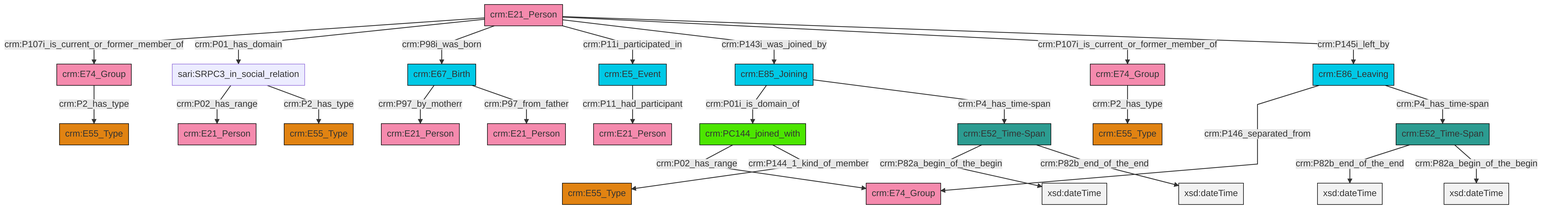
This is et/personCSV/ttl/mmd/png/Person_Actor_Relations.png from swiss-art-research-net/docs.swissartresearch, a Mermaid export, as it was before one commit. Its source is kept beside it as et/personCSV/ttl/mmd/Person_Actor_Relations.ttl.mmd.
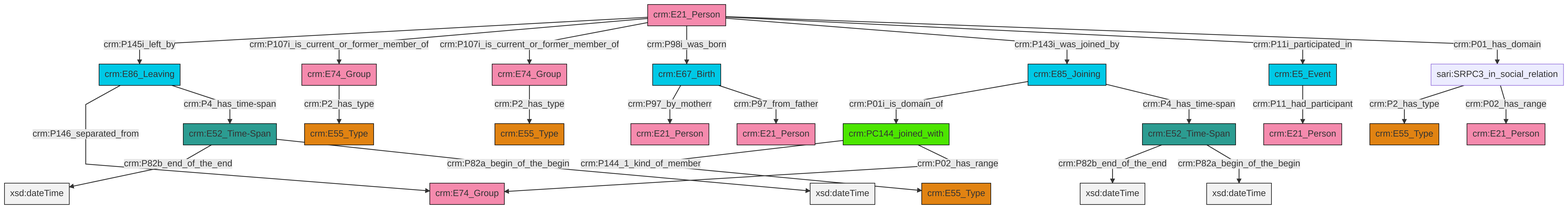
The same file after the commit.

Change to the diagram source:
```diff
@@ -13,27 +13,27 @@
 classDef PC_Classes fill:#4ce600, stroke:#000000;
 classDef Multi fill:#cccccc,stroke:#000000;
 
-0["crm:E86_Leaving"]:::Temporal_Entity -->|crm:P146_separated_from| 1["crm:E74_Group"]:::Actor
-2["crm:E52_Time-Span"]:::Time-Span -->|crm:P82a_begin_of_the_begin| 3[xsd:dateTime]:::Literal
-4["crm:E5_Event"]:::Temporal_Entity -->|crm:P11_had_participant| 5["crm:E21_Person"]:::Actor
-11["crm:PC144_joined_with"]:::PC_Classes -->|crm:P02_has_range| 1["crm:E74_Group"]:::Actor
-17["crm:E21_Person"]:::Actor -->|crm:P107i_is_current_or_former_member_of| 18["crm:E74_Group"]:::Actor
-8["sari:SRPC3_in_social_relation"]:::Default -->|crm:P02_has_range| 12["crm:E21_Person"]:::Actor
-23["crm:E67_Birth"]:::Temporal_Entity -->|crm:P97_by_motherr| 15["crm:E21_Person"]:::Actor
-17["crm:E21_Person"]:::Actor -->|crm:P01_has_domain| 8["sari:SRPC3_in_social_relation"]:::Default
-2["crm:E52_Time-Span"]:::Time-Span -->|crm:P82b_end_of_the_end| 31[xsd:dateTime]:::Literal
-21["crm:E85_Joining"]:::Temporal_Entity -->|crm:P01i_is_domain_of| 11["crm:PC144_joined_with"]:::PC_Classes
-21["crm:E85_Joining"]:::Temporal_Entity -->|crm:P4_has_time-span| 2["crm:E52_Time-Span"]:::Time-Span
-23["crm:E67_Birth"]:::Temporal_Entity -->|crm:P97_from_father| 24["crm:E21_Person"]:::Actor
-17["crm:E21_Person"]:::Actor -->|crm:P98i_was_born| 23["crm:E67_Birth"]:::Temporal_Entity
-17["crm:E21_Person"]:::Actor -->|crm:P11i_participated_in| 4["crm:E5_Event"]:::Temporal_Entity
-18["crm:E74_Group"]:::Actor -->|crm:P2_has_type| 19["crm:E55_Type"]:::Type
-0["crm:E86_Leaving"]:::Temporal_Entity -->|crm:P4_has_time-span| 34["crm:E52_Time-Span"]:::Time-Span
-17["crm:E21_Person"]:::Actor -->|crm:P143i_was_joined_by| 21["crm:E85_Joining"]:::Temporal_Entity
-17["crm:E21_Person"]:::Actor -->|crm:P107i_is_current_or_former_member_of| 37["crm:E74_Group"]:::Actor
-8["sari:SRPC3_in_social_relation"]:::Default -->|crm:P2_has_type| 6["crm:E55_Type"]:::Type
-37["crm:E74_Group"]:::Actor -->|crm:P2_has_type| 29["crm:E55_Type"]:::Type
-11["crm:PC144_joined_with"]:::PC_Classes -->|crm:P144_1_kind_of_member| 41["crm:E55_Type"]:::Type
-34["crm:E52_Time-Span"]:::Time-Span -->|crm:P82b_end_of_the_end| 42[xsd:dateTime]:::Literal
-34["crm:E52_Time-Span"]:::Time-Span -->|crm:P82a_begin_of_the_begin| 43[xsd:dateTime]:::Literal
-17["crm:E21_Person"]:::Actor -->|crm:P145i_left_by| 0["crm:E86_Leaving"]:::Temporal_Entity
+0["crm:E5_Event"]:::Temporal_Entity -->|crm:P11_had_participant| 1["crm:E21_Person"]:::Actor
+4["crm:E86_Leaving"]:::Temporal_Entity -->|crm:P146_separated_from| 5["crm:E74_Group"]:::Actor
+14["crm:E21_Person"]:::Actor -->|crm:P145i_left_by| 4["crm:E86_Leaving"]:::Temporal_Entity
+8["crm:E52_Time-Span"]:::Time-Span -->|crm:P82b_end_of_the_end| 15[xsd:dateTime]:::Literal
+18["crm:PC144_joined_with"]:::PC_Classes -->|crm:P144_1_kind_of_member| 19["crm:E55_Type"]:::Type
+24["crm:E74_Group"]:::Actor -->|crm:P2_has_type| 16["crm:E55_Type"]:::Type
+22["crm:E85_Joining"]:::Temporal_Entity -->|crm:P01i_is_domain_of| 18["crm:PC144_joined_with"]:::PC_Classes
+14["crm:E21_Person"]:::Actor -->|crm:P107i_is_current_or_former_member_of| 2["crm:E74_Group"]:::Actor
+6["sari:SRPC3_in_social_relation"]:::Default -->|crm:P2_has_type| 30["crm:E55_Type"]:::Type
+4["crm:E86_Leaving"]:::Temporal_Entity -->|crm:P4_has_time-span| 26["crm:E52_Time-Span"]:::Time-Span
+28["crm:E67_Birth"]:::Temporal_Entity -->|crm:P97_by_motherr| 10["crm:E21_Person"]:::Actor
+26["crm:E52_Time-Span"]:::Time-Span -->|crm:P82b_end_of_the_end| 31[xsd:dateTime]:::Literal
+8["crm:E52_Time-Span"]:::Time-Span -->|crm:P82a_begin_of_the_begin| 32[xsd:dateTime]:::Literal
+14["crm:E21_Person"]:::Actor -->|crm:P107i_is_current_or_former_member_of| 24["crm:E74_Group"]:::Actor
+6["sari:SRPC3_in_social_relation"]:::Default -->|crm:P02_has_range| 12["crm:E21_Person"]:::Actor
+28["crm:E67_Birth"]:::Temporal_Entity -->|crm:P97_from_father| 39["crm:E21_Person"]:::Actor
+14["crm:E21_Person"]:::Actor -->|crm:P98i_was_born| 28["crm:E67_Birth"]:::Temporal_Entity
+2["crm:E74_Group"]:::Actor -->|crm:P2_has_type| 20["crm:E55_Type"]:::Type
+14["crm:E21_Person"]:::Actor -->|crm:P143i_was_joined_by| 22["crm:E85_Joining"]:::Temporal_Entity
+18["crm:PC144_joined_with"]:::PC_Classes -->|crm:P02_has_range| 5["crm:E74_Group"]:::Actor
+14["crm:E21_Person"]:::Actor -->|crm:P11i_participated_in| 0["crm:E5_Event"]:::Temporal_Entity
+22["crm:E85_Joining"]:::Temporal_Entity -->|crm:P4_has_time-span| 8["crm:E52_Time-Span"]:::Time-Span
+14["crm:E21_Person"]:::Actor -->|crm:P01_has_domain| 6["sari:SRPC3_in_social_relation"]:::Default
+26["crm:E52_Time-Span"]:::Time-Span -->|crm:P82a_begin_of_the_begin| 46[xsd:dateTime]:::Literal
```
